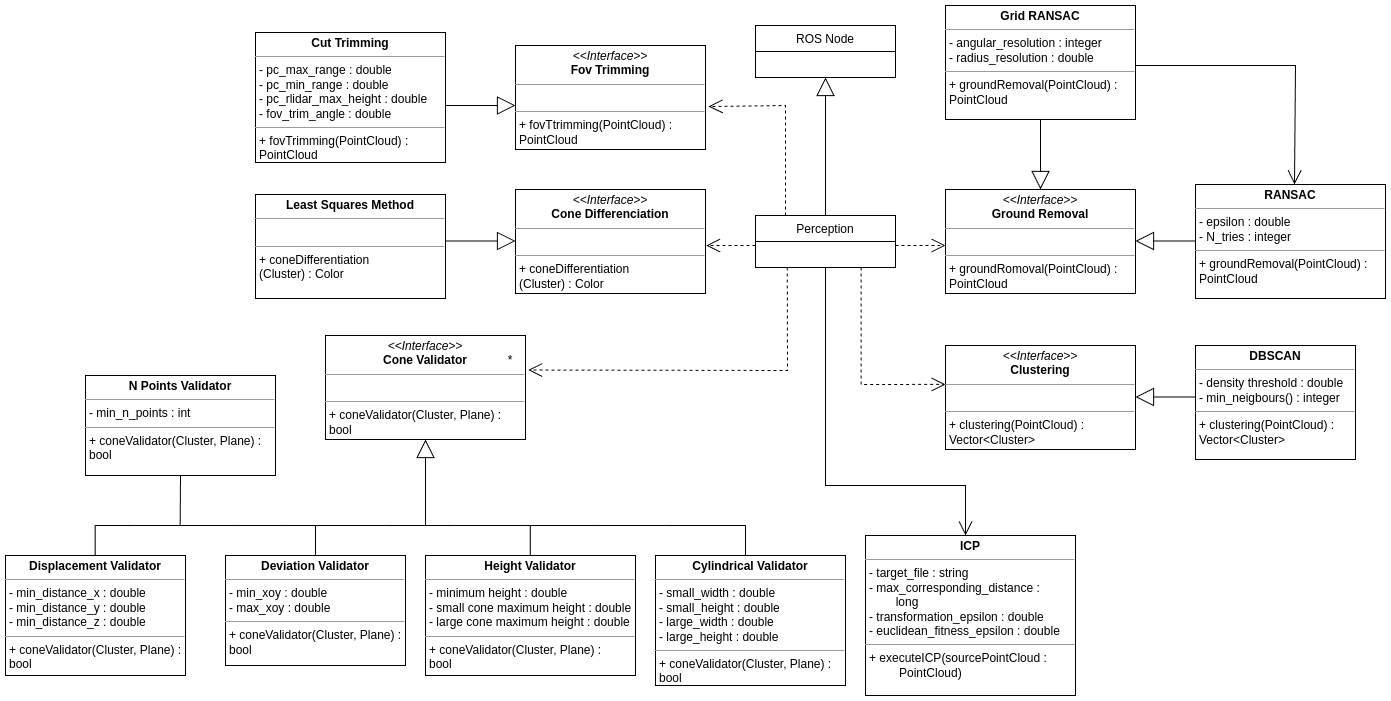
This is docs/diagrams/perception/perception.drawio.png from fs-feup/autonomous-systems, a draw.io export, as it was before one commit. Source tidied: cells renumbered, new cells last; positions are measured from the earlier drawing's top-left corner, leaving out a move shared by most shapes.
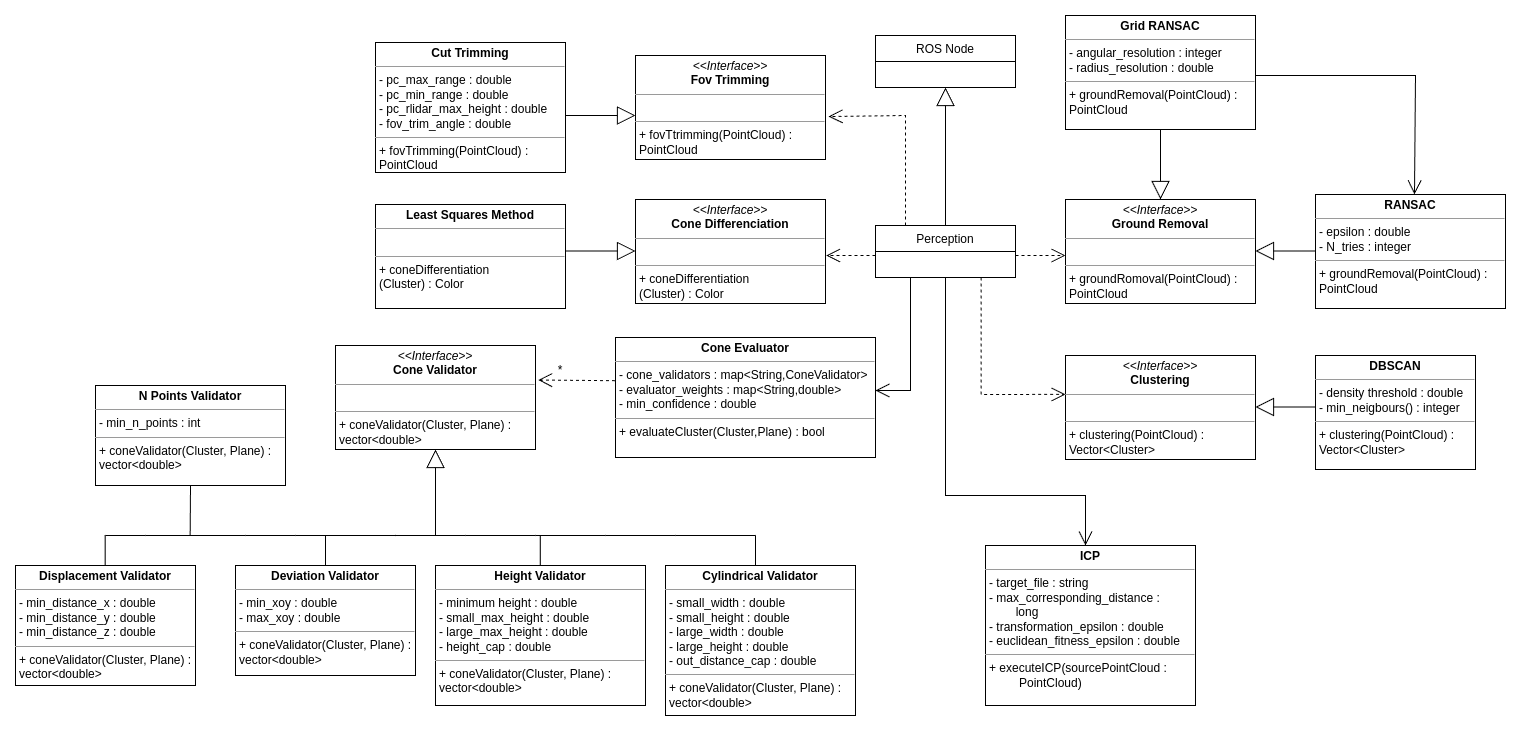
The same file after the commit.

What changed in the source:
```diff
@@ -30,4 +30,4 @@
     </mxCell>
-    <mxCell id="8" value="&lt;p style=&quot;margin:0px;margin-top:4px;text-align:center;&quot;&gt;&lt;i&gt;&amp;lt;&amp;lt;Interface&amp;gt;&amp;gt;&lt;/i&gt;&lt;br&gt;&lt;b&gt;Cone Validator&lt;/b&gt;&lt;/p&gt;&lt;hr size=&quot;1&quot;&gt;&lt;p style=&quot;margin:0px;margin-left:4px;&quot;&gt;&lt;br&gt;&lt;/p&gt;&lt;hr size=&quot;1&quot;&gt;&lt;p style=&quot;margin:0px;margin-left:4px;&quot;&gt;+ coneValidator(Cluster, Plane) :&lt;br style=&quot;padding: 0px; margin: 0px;&quot;&gt;bool&lt;/p&gt;" style="verticalAlign=top;align=left;overflow=fill;fontSize=12;fontFamily=Helvetica;html=1;" parent="1" vertex="1">
-      <mxGeometry x="320" y="330" width="200" height="104" as="geometry" />
+    <mxCell id="8" value="&lt;p style=&quot;margin:0px;margin-top:4px;text-align:center;&quot;&gt;&lt;i&gt;&amp;lt;&amp;lt;Interface&amp;gt;&amp;gt;&lt;/i&gt;&lt;br&gt;&lt;b&gt;Cone Validator&lt;/b&gt;&lt;/p&gt;&lt;hr size=&quot;1&quot;&gt;&lt;p style=&quot;margin:0px;margin-left:4px;&quot;&gt;&lt;br&gt;&lt;/p&gt;&lt;hr size=&quot;1&quot;&gt;&lt;p style=&quot;margin:0px;margin-left:4px;&quot;&gt;+ coneValidator(Cluster, Plane) :&lt;br style=&quot;padding: 0px; margin: 0px;&quot;&gt;vector&amp;lt;double&amp;gt;&lt;/p&gt;" style="verticalAlign=top;align=left;overflow=fill;fontSize=12;fontFamily=Helvetica;html=1;" parent="1" vertex="1">
+      <mxGeometry x="210" y="330" width="200" height="104" as="geometry" />
     </mxCell>
@@ -57,9 +57,4 @@
     </mxCell>
-    <mxCell id="13" style="endArrow=open;endSize=12;dashed=1;html=1;rounded=0;exitX=0.25;exitY=1;exitDx=0;exitDy=0;entryX=1.013;entryY=0.332;entryDx=0;entryDy=0;entryPerimeter=0;" parent="1" edge="1" target="8">
-      <mxGeometry relative="1" as="geometry">
-        <mxPoint x="781.8" y="262" as="sourcePoint" />
-        <Array as="points">
-          <mxPoint x="782" y="365" />
-        </Array>
-      </mxGeometry>
+    <mxCell id="13" style="endArrow=open;endSize=12;dashed=1;html=1;rounded=0;entryX=1.013;entryY=0.332;entryDx=0;entryDy=0;entryPerimeter=0;exitX=-0.002;exitY=0.36;exitDx=0;exitDy=0;exitPerimeter=0;" parent="1" edge="1" source="50" target="8">
+      <mxGeometry relative="1" as="geometry" />
     </mxCell>
@@ -73,2 +68,10 @@
     </mxCell>
+    <mxCell id="49" style="edgeStyle=none;curved=0;rounded=0;jettySize=auto;html=1;exitX=0.25;exitY=1;exitDx=0;exitDy=0;fontSize=12;startSize=6;endSize=12;endArrow=open;endFill=0;" parent="1" edge="1" source="16">
+      <mxGeometry relative="1" as="geometry">
+        <mxPoint x="750" y="375" as="targetPoint" />
+        <Array as="points">
+          <mxPoint x="785" y="375" />
+        </Array>
+      </mxGeometry>
+    </mxCell>
     <mxCell id="16" value="Perception" style="swimlane;fontStyle=0;horizontal=1;startSize=26;fillColor=none;" parent="1" vertex="1">
@@ -79,4 +82,4 @@
     </mxCell>
-    <mxCell id="18" value="&lt;p style=&quot;margin:0px;margin-top:4px;text-align:center;&quot;&gt;&lt;b&gt;Height Validator&lt;/b&gt;&lt;/p&gt;&lt;hr size=&quot;1&quot;&gt;&lt;p style=&quot;margin:0px;margin-left:4px;&quot;&gt;- minimum height : double&lt;/p&gt;&lt;p style=&quot;margin:0px;margin-left:4px;&quot;&gt;- small cone maximum height : double&lt;/p&gt;&lt;p style=&quot;margin:0px;margin-left:4px;&quot;&gt;- large cone maximum height : double&lt;/p&gt;&lt;hr size=&quot;1&quot;&gt;&lt;p style=&quot;margin:0px;margin-left:4px;&quot;&gt;+ coneValidator(Cluster, Plane) :&lt;br style=&quot;padding: 0px; margin: 0px;&quot;&gt;bool&lt;/p&gt;" style="verticalAlign=top;align=left;overflow=fill;fontSize=12;fontFamily=Helvetica;html=1;" parent="1" vertex="1">
-      <mxGeometry x="420" y="550" width="210" height="120" as="geometry" />
+    <mxCell id="18" value="&lt;p style=&quot;margin:0px;margin-top:4px;text-align:center;&quot;&gt;&lt;b&gt;Height Validator&lt;/b&gt;&lt;/p&gt;&lt;hr size=&quot;1&quot;&gt;&lt;p style=&quot;margin:0px;margin-left:4px;&quot;&gt;- minimum height : double&lt;/p&gt;&lt;p style=&quot;margin:0px;margin-left:4px;&quot;&gt;- small_max_height : double&lt;/p&gt;&lt;p style=&quot;margin:0px;margin-left:4px;&quot;&gt;- large_max_height : double&lt;/p&gt;&lt;p style=&quot;margin:0px;margin-left:4px;&quot;&gt;- height_cap : double&lt;/p&gt;&lt;hr size=&quot;1&quot;&gt;&lt;p style=&quot;margin:0px;margin-left:4px;&quot;&gt;+ coneValidator(Cluster, Plane) :&lt;br style=&quot;padding: 0px; margin: 0px;&quot;&gt;vector&amp;lt;double&amp;gt;&lt;/p&gt;" style="verticalAlign=top;align=left;overflow=fill;fontSize=12;fontFamily=Helvetica;html=1;" parent="1" vertex="1">
+      <mxGeometry x="310" y="550" width="210" height="140" as="geometry" />
     </mxCell>
@@ -86,6 +89,6 @@
     <mxCell id="20" value="*" style="text;html=1;strokeColor=none;fillColor=none;align=center;verticalAlign=middle;whiteSpace=wrap;rounded=0;" parent="1" vertex="1">
-      <mxGeometry x="490" y="340" width="30" height="30" as="geometry" />
+      <mxGeometry x="420" y="340" width="30" height="30" as="geometry" />
     </mxCell>
-    <mxCell id="21" value="&lt;p style=&quot;margin:0px;margin-top:4px;text-align:center;&quot;&gt;&lt;b&gt;Cylindrical Validator&lt;/b&gt;&lt;/p&gt;&lt;hr size=&quot;1&quot;&gt;&lt;p style=&quot;margin:0px;margin-left:4px;&quot;&gt;- small_width : double&lt;/p&gt;&lt;p style=&quot;margin:0px;margin-left:4px;&quot;&gt;- small_height : double&lt;/p&gt;&lt;p style=&quot;margin:0px;margin-left:4px;&quot;&gt;- large_width : double&amp;nbsp;&lt;/p&gt;&lt;p style=&quot;margin:0px;margin-left:4px;&quot;&gt;- large_height : double&lt;/p&gt;&lt;hr size=&quot;1&quot;&gt;&lt;p style=&quot;margin:0px;margin-left:4px;&quot;&gt;+ coneValidator(Cluster, Plane) :&lt;br style=&quot;padding: 0px; margin: 0px;&quot;&gt;bool&lt;/p&gt;" style="verticalAlign=top;align=left;overflow=fill;fontSize=12;fontFamily=Helvetica;html=1;" parent="1" vertex="1">
-      <mxGeometry x="650" y="550" width="190" height="130" as="geometry" />
+    <mxCell id="21" value="&lt;p style=&quot;margin:0px;margin-top:4px;text-align:center;&quot;&gt;&lt;b&gt;Cylindrical Validator&lt;/b&gt;&lt;/p&gt;&lt;hr size=&quot;1&quot;&gt;&lt;p style=&quot;margin:0px;margin-left:4px;&quot;&gt;- small_width : double&lt;/p&gt;&lt;p style=&quot;margin:0px;margin-left:4px;&quot;&gt;- small_height : double&lt;/p&gt;&lt;p style=&quot;margin:0px;margin-left:4px;&quot;&gt;- large_width : double&amp;nbsp;&lt;/p&gt;&lt;p style=&quot;margin:0px;margin-left:4px;&quot;&gt;- large_height : double&lt;/p&gt;&lt;p style=&quot;margin:0px;margin-left:4px;&quot;&gt;- out_distance_cap : double&lt;/p&gt;&lt;hr size=&quot;1&quot;&gt;&lt;p style=&quot;margin:0px;margin-left:4px;&quot;&gt;+ coneValidator(Cluster, Plane) :&lt;br style=&quot;padding: 0px; margin: 0px;&quot;&gt;vector&amp;lt;double&amp;gt;&lt;/p&gt;" style="verticalAlign=top;align=left;overflow=fill;fontSize=12;fontFamily=Helvetica;html=1;" parent="1" vertex="1">
+      <mxGeometry x="540" y="550" width="190" height="150" as="geometry" />
     </mxCell>
@@ -93,3 +96,3 @@
       <mxGeometry relative="1" as="geometry">
-        <mxPoint x="420" y="520" as="sourcePoint" />
+        <mxPoint x="310" y="520" as="sourcePoint" />
       </mxGeometry>
@@ -143,4 +146,4 @@
     </mxCell>
-    <mxCell id="32" value="&lt;p style=&quot;margin:0px;margin-top:4px;text-align:center;&quot;&gt;&lt;b&gt;N Points Validator&lt;/b&gt;&lt;/p&gt;&lt;hr size=&quot;1&quot;&gt;&lt;p style=&quot;margin:0px;margin-left:4px;&quot;&gt;- min_n_points : int&lt;br&gt;&lt;/p&gt;&lt;hr size=&quot;1&quot;&gt;&lt;p style=&quot;margin:0px;margin-left:4px;&quot;&gt;+ coneValidator(Cluster, Plane) :&lt;br style=&quot;padding: 0px; margin: 0px;&quot;&gt;bool&lt;/p&gt;" style="verticalAlign=top;align=left;overflow=fill;fontSize=12;fontFamily=Helvetica;html=1;" parent="1" vertex="1">
-      <mxGeometry x="80" y="370" width="190" height="100" as="geometry" />
+    <mxCell id="32" value="&lt;p style=&quot;margin:0px;margin-top:4px;text-align:center;&quot;&gt;&lt;b&gt;N Points Validator&lt;/b&gt;&lt;/p&gt;&lt;hr size=&quot;1&quot;&gt;&lt;p style=&quot;margin:0px;margin-left:4px;&quot;&gt;- min_n_points : int&lt;br&gt;&lt;/p&gt;&lt;hr size=&quot;1&quot;&gt;&lt;p style=&quot;margin:0px;margin-left:4px;&quot;&gt;+ coneValidator(Cluster, Plane) :&lt;br style=&quot;padding: 0px; margin: 0px;&quot;&gt;vector&amp;lt;double&amp;gt;&lt;/p&gt;" style="verticalAlign=top;align=left;overflow=fill;fontSize=12;fontFamily=Helvetica;html=1;" parent="1" vertex="1">
+      <mxGeometry x="-30" y="370" width="190" height="100" as="geometry" />
     </mxCell>
@@ -148,4 +151,4 @@
       <mxGeometry relative="1" as="geometry">
-        <mxPoint x="660" y="520" as="sourcePoint" />
-        <mxPoint x="740" y="520" as="targetPoint" />
+        <mxPoint x="550" y="520" as="sourcePoint" />
+        <mxPoint x="630" y="520" as="targetPoint" />
       </mxGeometry>
@@ -154,4 +157,4 @@
       <mxGeometry relative="1" as="geometry">
-        <mxPoint x="740" y="520" as="sourcePoint" />
-        <mxPoint x="740" y="550" as="targetPoint" />
+        <mxPoint x="630" y="520" as="sourcePoint" />
+        <mxPoint x="630" y="550" as="targetPoint" />
       </mxGeometry>
@@ -160,4 +163,4 @@
       <mxGeometry relative="1" as="geometry">
-        <mxPoint x="590" y="520" as="sourcePoint" />
-        <mxPoint x="660" y="520" as="targetPoint" />
+        <mxPoint x="480" y="520" as="sourcePoint" />
+        <mxPoint x="550" y="520" as="targetPoint" />
       </mxGeometry>
@@ -166,4 +169,4 @@
       <mxGeometry relative="1" as="geometry">
-        <mxPoint x="520" y="520" as="sourcePoint" />
-        <mxPoint x="590" y="520" as="targetPoint" />
+        <mxPoint x="410" y="520" as="sourcePoint" />
+        <mxPoint x="480" y="520" as="targetPoint" />
       </mxGeometry>
@@ -172,4 +175,4 @@
       <mxGeometry relative="1" as="geometry">
-        <mxPoint x="524.8" y="520" as="sourcePoint" />
-        <mxPoint x="524.8" y="550" as="targetPoint" />
+        <mxPoint x="414.8" y="520" as="sourcePoint" />
+        <mxPoint x="414.8" y="550" as="targetPoint" />
       </mxGeometry>
@@ -178,4 +181,4 @@
       <mxGeometry relative="1" as="geometry">
-        <mxPoint x="450" y="520" as="sourcePoint" />
-        <mxPoint x="520" y="520" as="targetPoint" />
+        <mxPoint x="340" y="520" as="sourcePoint" />
+        <mxPoint x="410" y="520" as="targetPoint" />
       </mxGeometry>
@@ -184,4 +187,4 @@
       <mxGeometry relative="1" as="geometry">
-        <mxPoint x="380" y="520" as="sourcePoint" />
-        <mxPoint x="450" y="520" as="targetPoint" />
+        <mxPoint x="270" y="520" as="sourcePoint" />
+        <mxPoint x="340" y="520" as="targetPoint" />
       </mxGeometry>
@@ -190,8 +193,8 @@
       <mxGeometry relative="1" as="geometry">
-        <mxPoint x="280" y="520" as="sourcePoint" />
-        <mxPoint x="380" y="520" as="targetPoint" />
+        <mxPoint x="170" y="520" as="sourcePoint" />
+        <mxPoint x="270" y="520" as="targetPoint" />
       </mxGeometry>
     </mxCell>
-    <mxCell id="41" value="&lt;p style=&quot;margin:0px;margin-top:4px;text-align:center;&quot;&gt;&lt;b&gt;Deviation Validator&lt;/b&gt;&lt;/p&gt;&lt;hr size=&quot;1&quot;&gt;&lt;p style=&quot;margin:0px;margin-left:4px;&quot;&gt;- m&lt;span style=&quot;background-color: initial;&quot;&gt;in_xoy&amp;nbsp;&lt;/span&gt;&lt;span style=&quot;background-color: initial;&quot;&gt;: double&lt;/span&gt;&lt;/p&gt;&lt;p style=&quot;margin:0px;margin-left:4px;&quot;&gt;- max_xoy : double&lt;/p&gt;&lt;hr size=&quot;1&quot;&gt;&lt;p style=&quot;margin:0px;margin-left:4px;&quot;&gt;+ coneValidator(Cluster, Plane) :&lt;br style=&quot;padding: 0px; margin: 0px;&quot;&gt;bool&lt;/p&gt;" style="verticalAlign=top;align=left;overflow=fill;fontSize=12;fontFamily=Helvetica;html=1;" parent="1" vertex="1">
-      <mxGeometry x="220" y="550" width="180" height="110" as="geometry" />
+    <mxCell id="41" value="&lt;p style=&quot;margin:0px;margin-top:4px;text-align:center;&quot;&gt;&lt;b&gt;Deviation Validator&lt;/b&gt;&lt;/p&gt;&lt;hr size=&quot;1&quot;&gt;&lt;p style=&quot;margin:0px;margin-left:4px;&quot;&gt;- m&lt;span style=&quot;background-color: initial;&quot;&gt;in_xoy&amp;nbsp;&lt;/span&gt;&lt;span style=&quot;background-color: initial;&quot;&gt;: double&lt;/span&gt;&lt;/p&gt;&lt;p style=&quot;margin:0px;margin-left:4px;&quot;&gt;- max_xoy : double&lt;/p&gt;&lt;hr size=&quot;1&quot;&gt;&lt;p style=&quot;margin:0px;margin-left:4px;&quot;&gt;+ coneValidator(Cluster, Plane) :&lt;br style=&quot;padding: 0px; margin: 0px;&quot;&gt;vector&amp;lt;double&amp;gt;&lt;/p&gt;" style="verticalAlign=top;align=left;overflow=fill;fontSize=12;fontFamily=Helvetica;html=1;" parent="1" vertex="1">
+      <mxGeometry x="110" y="550" width="180" height="110" as="geometry" />
     </mxCell>
@@ -199,4 +202,4 @@
       <mxGeometry relative="1" as="geometry">
-        <mxPoint x="230" y="520" as="sourcePoint" />
-        <mxPoint x="280" y="520" as="targetPoint" />
+        <mxPoint x="120" y="520" as="sourcePoint" />
+        <mxPoint x="170" y="520" as="targetPoint" />
       </mxGeometry>
@@ -205,4 +208,4 @@
       <mxGeometry relative="1" as="geometry">
-        <mxPoint x="310" y="520" as="sourcePoint" />
-        <mxPoint x="310" y="550" as="targetPoint" />
+        <mxPoint x="200" y="520" as="sourcePoint" />
+        <mxPoint x="200" y="550" as="targetPoint" />
       </mxGeometry>
@@ -211,7 +214,7 @@
       <mxGeometry relative="1" as="geometry">
-        <mxPoint x="174.7" y="520" as="targetPoint" />
+        <mxPoint x="64.7" y="520" as="targetPoint" />
       </mxGeometry>
     </mxCell>
-    <mxCell id="45" value="&lt;p style=&quot;margin:0px;margin-top:4px;text-align:center;&quot;&gt;&lt;b&gt;Displacement Validator&lt;/b&gt;&lt;/p&gt;&lt;hr size=&quot;1&quot;&gt;&lt;p style=&quot;margin:0px;margin-left:4px;&quot;&gt;-&amp;nbsp;min_distance_x : double&lt;/p&gt;&lt;p style=&quot;margin:0px;margin-left:4px;&quot;&gt;-&amp;nbsp;min_distance_y : double&lt;/p&gt;&lt;p style=&quot;margin:0px;margin-left:4px;&quot;&gt;-&amp;nbsp;min_distance_z : double&lt;/p&gt;&lt;hr size=&quot;1&quot;&gt;&lt;p style=&quot;margin:0px;margin-left:4px;&quot;&gt;+ coneValidator(Cluster, Plane) :&lt;br style=&quot;padding: 0px; margin: 0px;&quot;&gt;bool&lt;/p&gt;" style="verticalAlign=top;align=left;overflow=fill;fontSize=12;fontFamily=Helvetica;html=1;" parent="1" vertex="1">
-      <mxGeometry y="550" width="180" height="120" as="geometry" />
+    <mxCell id="45" value="&lt;p style=&quot;margin:0px;margin-top:4px;text-align:center;&quot;&gt;&lt;b&gt;Displacement Validator&lt;/b&gt;&lt;/p&gt;&lt;hr size=&quot;1&quot;&gt;&lt;p style=&quot;margin:0px;margin-left:4px;&quot;&gt;-&amp;nbsp;min_distance_x : double&lt;/p&gt;&lt;p style=&quot;margin:0px;margin-left:4px;&quot;&gt;-&amp;nbsp;min_distance_y : double&lt;/p&gt;&lt;p style=&quot;margin:0px;margin-left:4px;&quot;&gt;-&amp;nbsp;min_distance_z : double&lt;/p&gt;&lt;hr size=&quot;1&quot;&gt;&lt;p style=&quot;margin:0px;margin-left:4px;&quot;&gt;+ coneValidator(Cluster, Plane) :&lt;br style=&quot;padding: 0px; margin: 0px;&quot;&gt;vector&amp;lt;double&amp;gt;&lt;/p&gt;" style="verticalAlign=top;align=left;overflow=fill;fontSize=12;fontFamily=Helvetica;html=1;" parent="1" vertex="1">
+      <mxGeometry x="-110" y="550" width="180" height="120" as="geometry" />
     </mxCell>
@@ -219,4 +222,4 @@
       <mxGeometry relative="1" as="geometry">
-        <mxPoint x="89.7" y="520" as="sourcePoint" />
-        <mxPoint x="89.7" y="550" as="targetPoint" />
+        <mxPoint x="-20.3" y="520" as="sourcePoint" />
+        <mxPoint x="-20.3" y="550" as="targetPoint" />
       </mxGeometry>
@@ -225,4 +228,4 @@
       <mxGeometry relative="1" as="geometry">
-        <mxPoint x="130" y="520" as="sourcePoint" />
-        <mxPoint x="230" y="520" as="targetPoint" />
+        <mxPoint x="20" y="520" as="sourcePoint" />
+        <mxPoint x="120" y="520" as="targetPoint" />
       </mxGeometry>
@@ -231,6 +234,9 @@
       <mxGeometry relative="1" as="geometry">
-        <mxPoint x="90" y="520" as="sourcePoint" />
-        <mxPoint x="130" y="520" as="targetPoint" />
+        <mxPoint x="-20" y="520" as="sourcePoint" />
+        <mxPoint x="20" y="520" as="targetPoint" />
       </mxGeometry>
     </mxCell>
+    <mxCell id="50" value="&lt;p style=&quot;margin:0px;margin-top:4px;text-align:center;&quot;&gt;&lt;b&gt;Cone Evaluator&lt;/b&gt;&lt;/p&gt;&lt;hr size=&quot;1&quot;&gt;&lt;p style=&quot;margin:0px;margin-left:4px;&quot;&gt;- cone_validators : map&amp;lt;String,ConeValidator&amp;gt;&lt;/p&gt;&lt;p style=&quot;margin:0px;margin-left:4px;&quot;&gt;- evaluator_weights : map&amp;lt;String,double&amp;gt;&lt;/p&gt;&lt;p style=&quot;margin:0px;margin-left:4px;&quot;&gt;-&amp;nbsp;min_confidence : double&lt;/p&gt;&lt;hr size=&quot;1&quot;&gt;&lt;p style=&quot;margin: 0px 0px 0px 4px;&quot;&gt;+ evaluateCluster(Cluster,Plane)&amp;nbsp;&lt;span style=&quot;background-color: initial;&quot;&gt;: bool&lt;/span&gt;&lt;/p&gt;" style="verticalAlign=top;align=left;overflow=fill;fontSize=12;fontFamily=Helvetica;html=1;" parent="1" vertex="1">
+      <mxGeometry x="490" y="322" width="260" height="120" as="geometry" />
+    </mxCell>
   </root>
```
